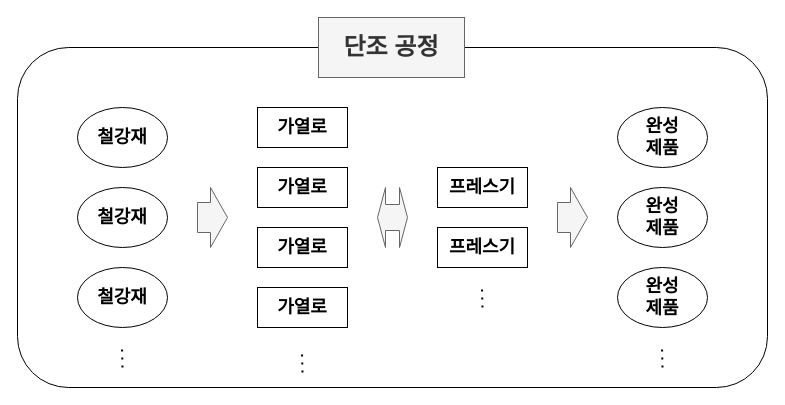
The draw.io diagram 단조공정 프로세스(졸업).drawio in seheeP/statistic, before the edit. Source tidied: cells renumbered, new cells numbered last; positions are measured from the earlier drawing's top-left corner, leaving out a move shared by most shapes. Both pictures are drawn from the tidied source at 100%, with x=0, y=0 at pixel (17, 17).
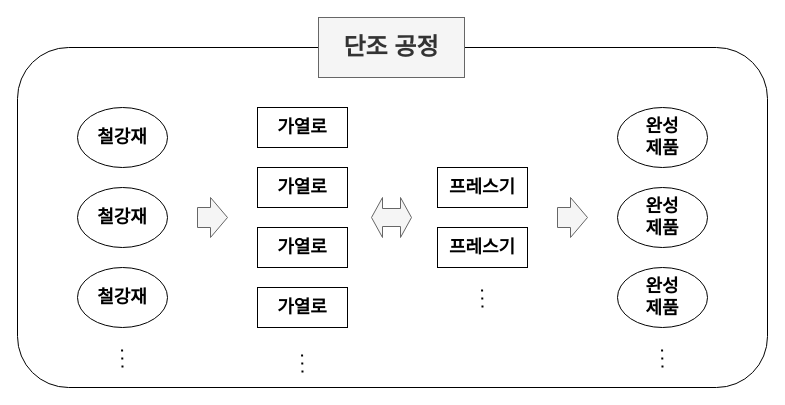
The same page after the edit.

Commit message:
Update 단조공정 프로세스(졸업).drawio

Diff of the diagram source:
```diff
@@
     <mxCell id="20" style="shape=singleArrow;whiteSpace=wrap;html=1;arrowWidth=0.5;arrowSize=0.5666666666666667;fillColor=#f5f5f5;strokeColor=#666666;fontColor=#333333;" parent="1" vertex="1">
-      <mxGeometry x="180" y="170" width="30" height="60" as="geometry" />
+      <mxGeometry x="180" y="180" width="30" height="40" as="geometry" />
     </mxCell>
-    <mxCell id="21" style="shape=singleArrow;whiteSpace=wrap;html=1;arrowWidth=0.5;arrowSize=0.5666666666666667;fillColor=#f5f5f5;strokeColor=#666666;fontColor=#333333;" parent="1" vertex="1">
-      <mxGeometry x="540" y="170" width="30" height="60" as="geometry" />
-    </mxCell>
-    <mxCell id="22" style="shape=doubleArrow;whiteSpace=wrap;html=1;arrowWidth=0.43333333333333335;arrowSize=0.26666666666666666;fillColor=#f5f5f5;strokeColor=#666666;fontColor=#333333;" parent="1" vertex="1">
-      <mxGeometry x="360" y="170" width="30" height="60" as="geometry" />
+    <mxCell id="22" style="shape=doubleArrow;whiteSpace=wrap;html=1;arrowWidth=0.45;arrowSize=0.275;fillColor=#f5f5f5;strokeColor=#666666;fontColor=#333333;" parent="1" vertex="1">
+      <mxGeometry x="354" y="180" width="40" height="40" as="geometry" />
     </mxCell>
+    <mxCell id="23" style="shape=singleArrow;whiteSpace=wrap;html=1;arrowWidth=0.5;arrowSize=0.5666666666666667;fillColor=#f5f5f5;strokeColor=#666666;fontColor=#333333;" parent="1" vertex="1">
+      <mxGeometry x="540" y="180" width="30" height="40" as="geometry" />
+    </mxCell>
```
